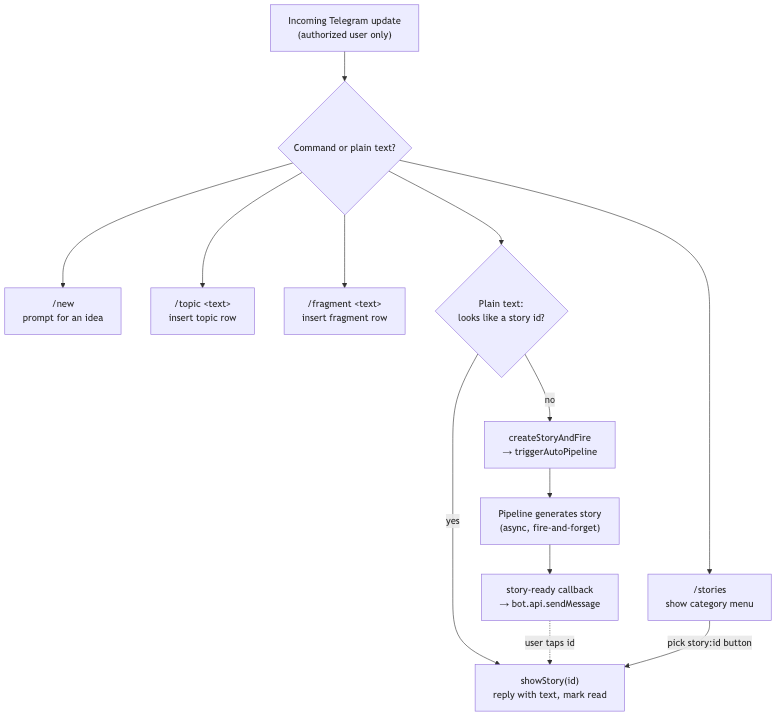
Before: docs/architecture/img/03-telegram-flow.png, a diagram exported from Mermaid (ikushlianski/bedtime-stories). Its source is kept beside it as docs/architecture/diagrams/03-telegram-flow.mmd.
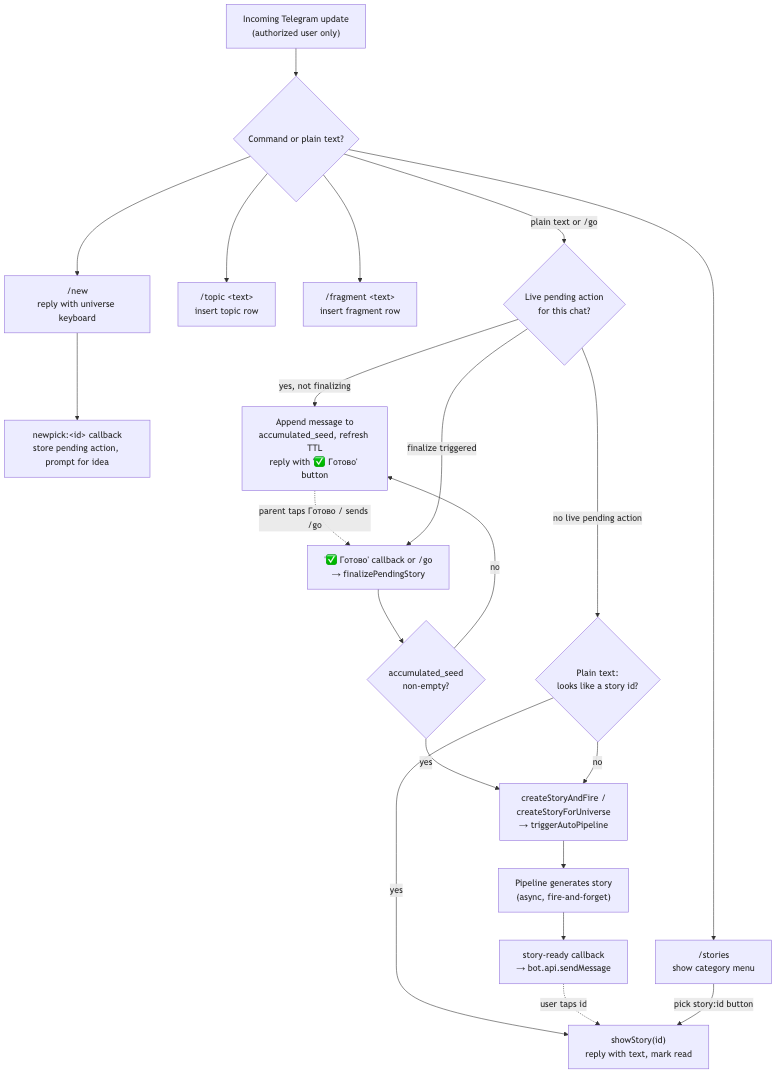
Above is the later version.

Change to the diagram source:
```diff
@@ -1,23 +1,36 @@
 flowchart TD
   msg["Incoming Telegram update<br/>(authorized user only)"]
   cmds{"Command or plain text?"}
-  new["/new<br/>prompt for an idea"]
+  new["/new<br/>reply with universe keyboard"]
+  pick["newpick:&lt;id&gt; callback<br/>store pending action, prompt for idea"]
   stories["/stories<br/>show category menu"]
   topic["/topic &lt;text&gt;<br/>insert topic row"]
   frag["/fragment &lt;text&gt;<br/>insert fragment row"]
+  pending{"Live pending action<br/>for this chat?"}
+  append["Append message to<br/>accumulated_seed, refresh TTL<br/>reply with '✅ Готово' button"]
+  finalize["'✅ Готово' callback or /go<br/>&rarr; finalizePendingStory"]
+  ready{"accumulated_seed<br/>non-empty?"}
   text{"Plain text:<br/>looks like a story id?"}
   show["showStory(id)<br/>reply with text, mark read"]
-  createfire["createStoryAndFire<br/>&rarr; triggerAutoPipeline"]
+  createfire["createStoryAndFire /<br/>createStoryForUniverse<br/>&rarr; triggerAutoPipeline"]
   gen["Pipeline generates story<br/>(async, fire-and-forget)"]
   cb["story-ready callback<br/>&rarr; bot.api.sendMessage"]
 
   msg --> cmds
-  cmds --> new
+  cmds --> new --> pick
   cmds --> stories
   cmds --> topic
   cmds --> frag
-  cmds --> text
+  cmds -->|"plain text or /go"| pending
+  pending -->|"yes, not finalizing"| append
+  append -.->|"parent taps Готово / sends /go"| finalize
+  pending -->|"finalize triggered"| finalize
+  finalize --> ready
+  ready -->|"yes"| createfire
+  ready -->|"no"| append
+  pending -->|"no live pending action"| text
   text -->|"yes"| show
-  text -->|"no"| createfire --> gen --> cb
+  text -->|"no"| createfire
+  createfire --> gen --> cb
   cb -.->|"user taps id"| show
   stories -->|"pick story:id button"| show
```
